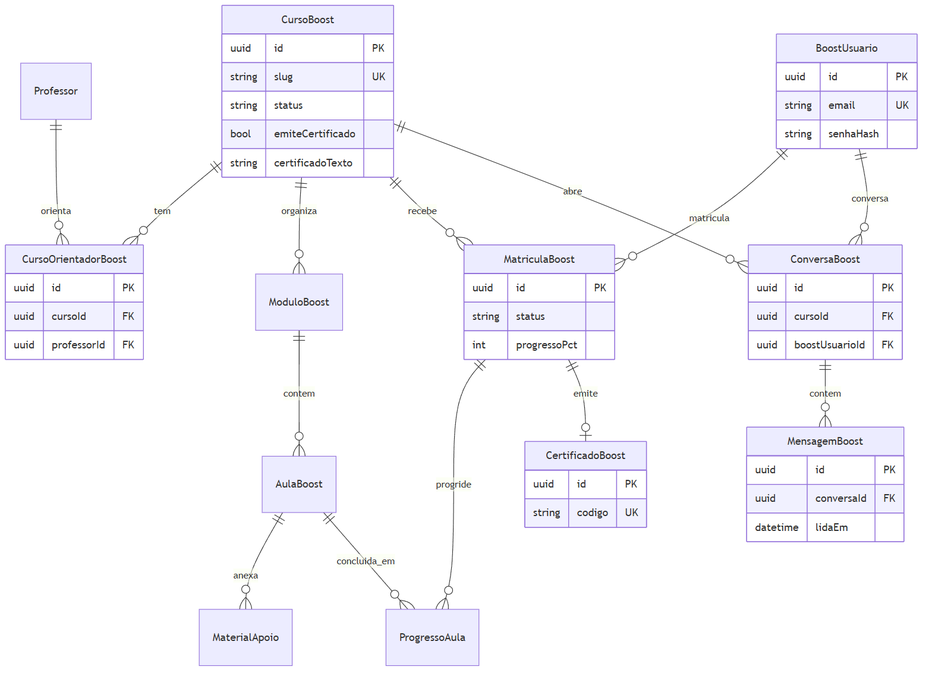
This is docs/diagramas/png/erd-boost.png from bebberjoao/RoosterOneBackend, a Mermaid export, as it was before one commit. Its source is kept beside it as docs/diagramas/src/erd-boost.mmd.
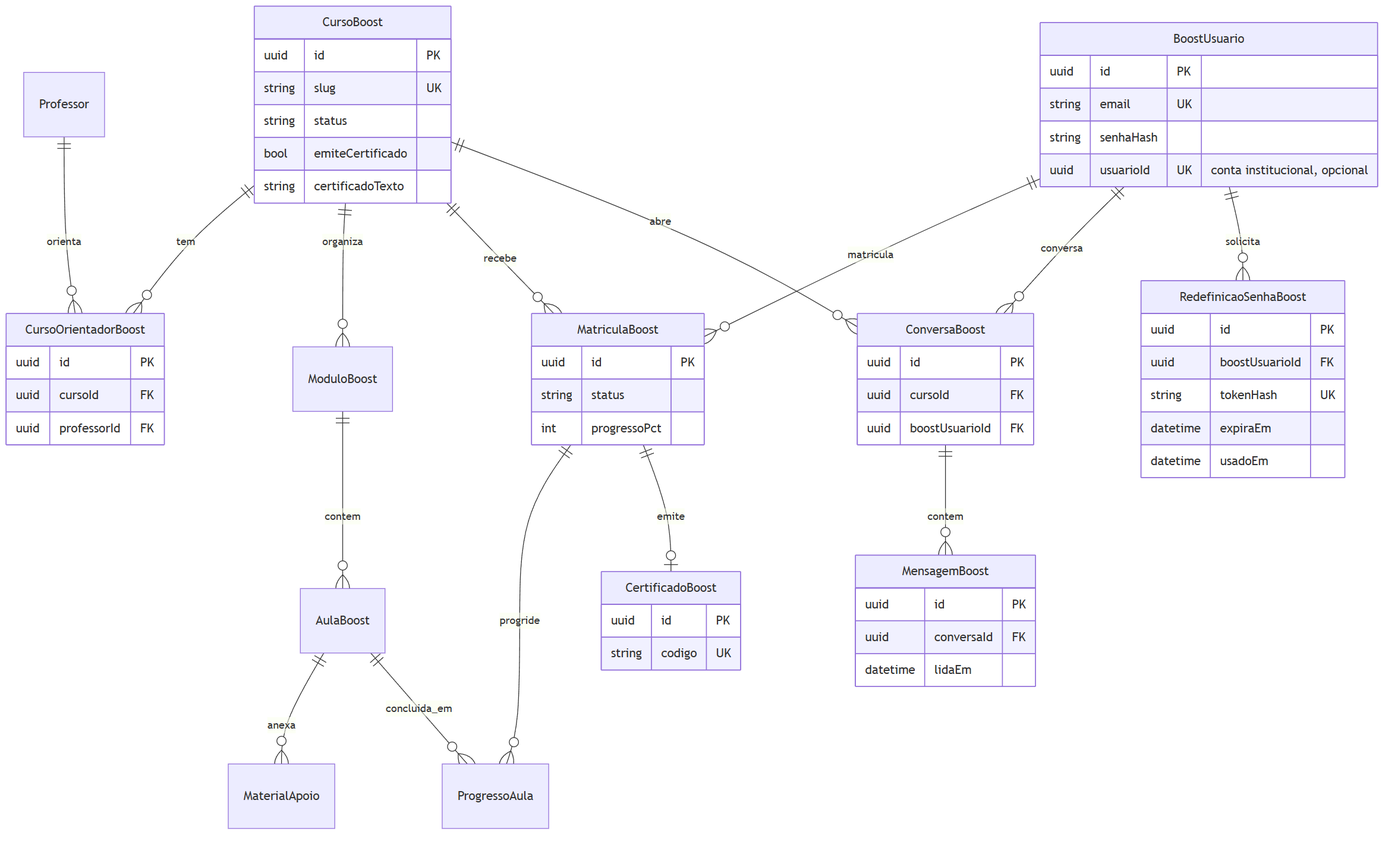
After the commit.

The edit, as a diff of the source:
```diff
@@ -12,11 +12,20 @@
   CursoBoost ||--o{ ConversaBoost : abre
   BoostUsuario ||--o{ ConversaBoost : conversa
   ConversaBoost ||--o{ MensagemBoost : contem
+  BoostUsuario ||--o{ RedefinicaoSenhaBoost : solicita
 
   BoostUsuario {
     uuid id PK
     string email UK
     string senhaHash
+    uuid usuarioId UK "conta institucional, opcional"
+  }
+  RedefinicaoSenhaBoost {
+    uuid id PK
+    uuid boostUsuarioId FK
+    string tokenHash UK
+    datetime expiraEm
+    datetime usadoEm
   }
   CursoBoost {
     uuid id PK
```
